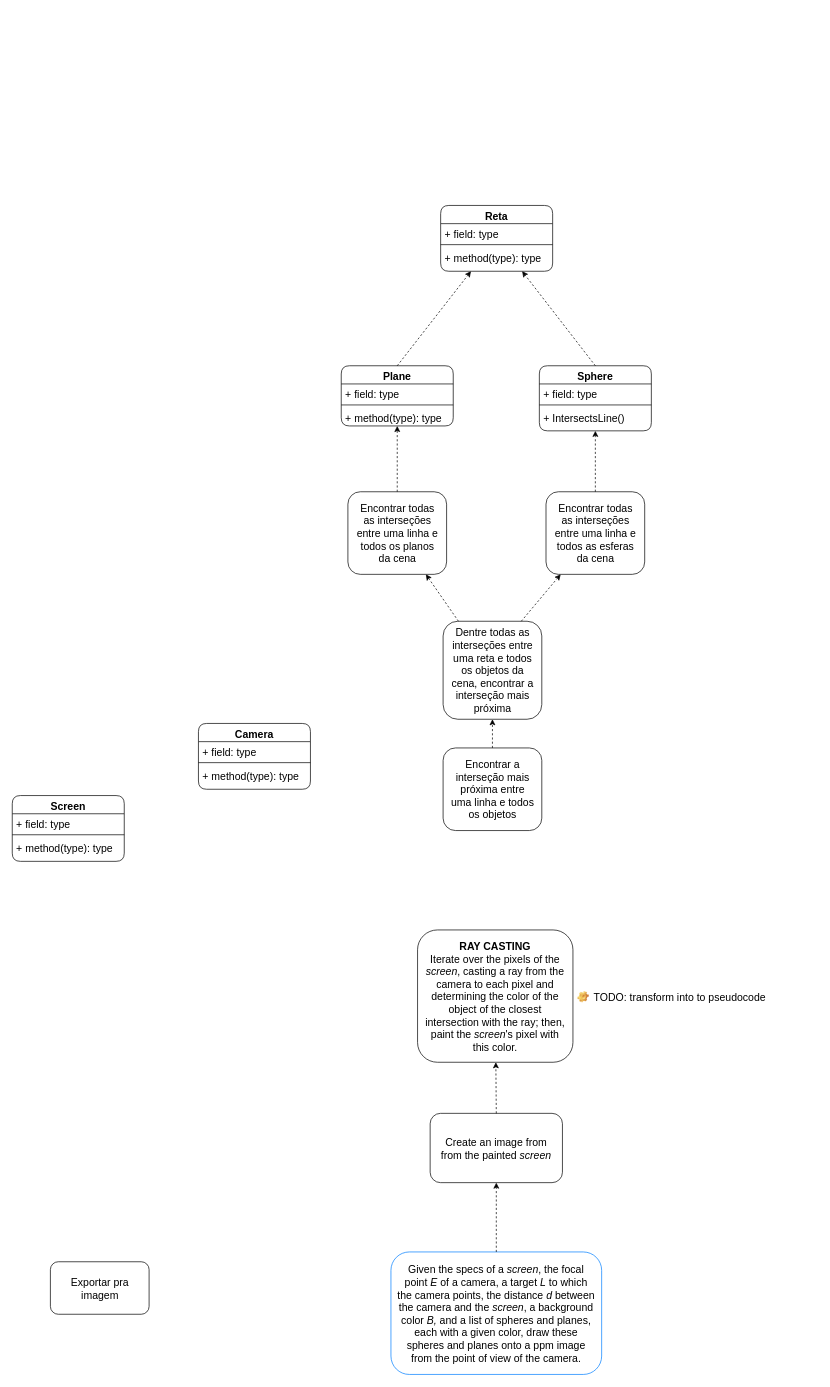
Before: Implementation UML/Plain Ray Casting.drawio in addaesg/Ray-Tracing, a draw.io diagram. Source tidied: cells renumbered, new cells numbered last; positions are measured from the earlier drawing's top-left corner, leaving out a move shared by most shapes. Both pictures are drawn from the tidied source at 70%, with x=0, y=0 at pixel (12, 205).
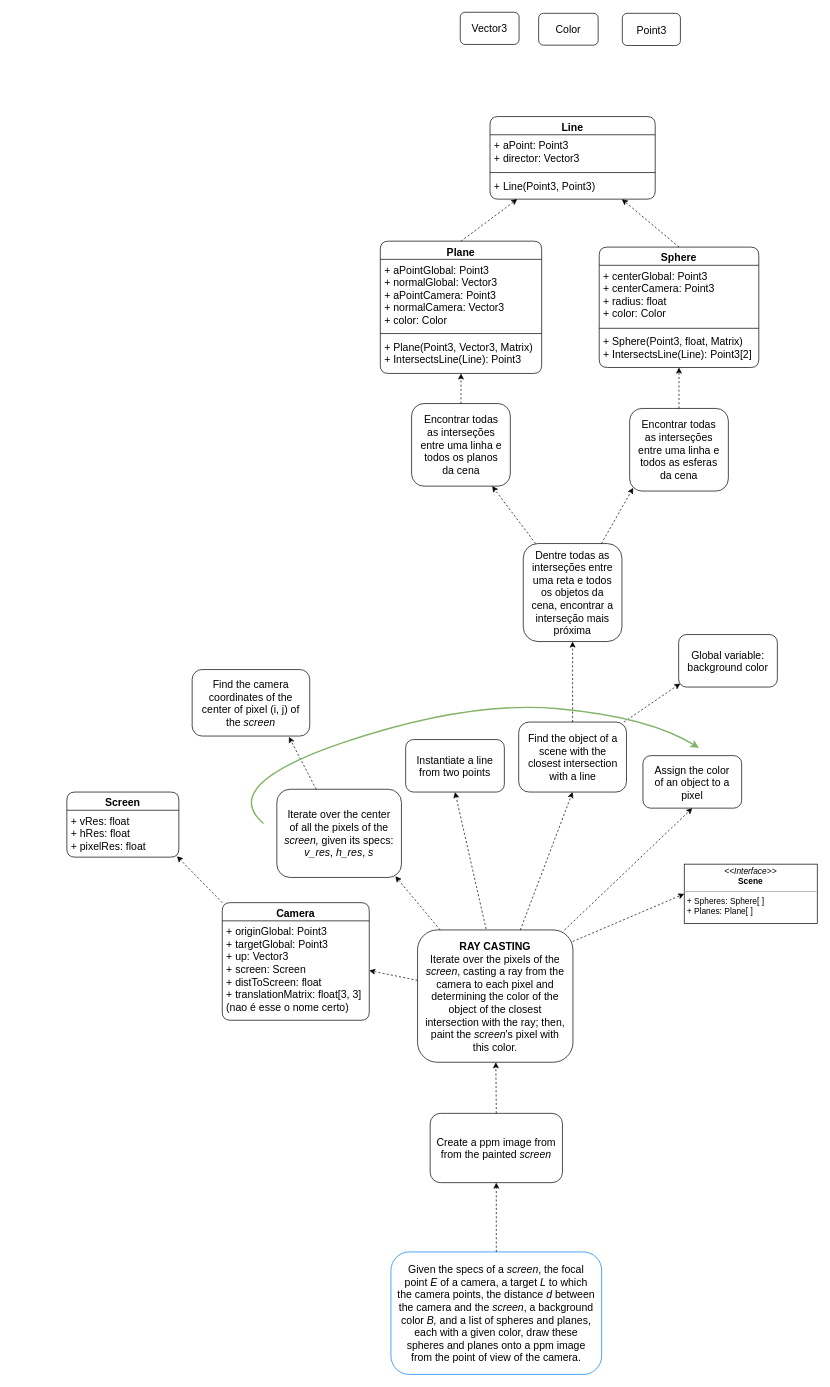
After the change.

Commit message:
Finish first version of UML diagram

The edit, as a diff of the source:
```diff
@@
     <mxCell id="3" value="Screen" style="swimlane;fontStyle=1;align=center;verticalAlign=top;horizontal=1;startSize=26;rounded=1;fontSize=15;strokeColor=default;" parent="1" vertex="1">
-      <mxGeometry y="843" width="160" height="94" as="geometry" />
+      <mxGeometry x="78" y="838" width="160" height="93" as="geometry" />
     </mxCell>
-    <mxCell id="4" value="+ field: type" style="text;strokeColor=none;fillColor=none;align=left;verticalAlign=top;spacingLeft=4;spacingRight=4;overflow=hidden;points=[[0,0.5],[1,0.5]];portConstraint=eastwest;rounded=1;fontSize=15;" parent="3" vertex="1">
-      <mxGeometry y="26" width="160" height="26" as="geometry" />
+    <mxCell id="4" value="+ vRes: float&#10;+ hRes: float&#10;+ pixelRes: float" style="text;strokeColor=none;fillColor=none;align=left;verticalAlign=top;spacingLeft=4;spacingRight=4;overflow=hidden;points=[[0,0.5],[1,0.5]];portConstraint=eastwest;rounded=1;fontSize=15;" parent="3" vertex="1">
+      <mxGeometry y="26" width="160" height="67" as="geometry" />
     </mxCell>
-    <mxCell id="5" style="line;strokeWidth=1;fillColor=none;align=left;verticalAlign=middle;spacingTop=-1;spacingLeft=3;spacingRight=3;labelPosition=right;rounded=1;fontSize=15;" parent="3" vertex="1">
-      <mxGeometry y="52" width="160" height="8" as="geometry" />
-    </mxCell>
-    <mxCell id="6" value="+ method(type): type" style="text;strokeColor=none;fillColor=none;align=left;verticalAlign=top;spacingLeft=4;spacingRight=4;overflow=hidden;rounded=1;fontSize=15;" parent="3" vertex="1">
-      <mxGeometry y="60" width="160" height="34" as="geometry" />
-    </mxCell>
+    <mxCell id="41" style="edgeStyle=none;rounded=0;jettySize=auto;html=1;entryX=0.983;entryY=0.981;entryDx=0;entryDy=0;entryPerimeter=0;dashed=1;strokeWidth=1;exitX=0;exitY=0;exitDx=0;exitDy=0;" parent="1" edge="1" source="7" target="4">
+      <mxGeometry relative="1" as="geometry" />
+    </mxCell>
     <mxCell id="7" value="Camera" style="swimlane;fontStyle=1;align=center;verticalAlign=top;horizontal=1;startSize=26;rounded=1;fontSize=15;strokeColor=default;" parent="1" vertex="1">
-      <mxGeometry x="266" y="740" width="160" height="94" as="geometry" />
+      <mxGeometry x="300" y="996" width="210" height="168" as="geometry" />
     </mxCell>
-    <mxCell id="8" value="+ field: type" style="text;strokeColor=none;fillColor=none;align=left;verticalAlign=top;spacingLeft=4;spacingRight=4;overflow=hidden;points=[[0,0.5],[1,0.5]];portConstraint=eastwest;rounded=1;fontSize=15;" parent="7" vertex="1">
-      <mxGeometry y="26" width="160" height="26" as="geometry" />
+    <mxCell id="8" value="+ originGlobal: Point3&#10;+ targetGlobal: Point3&#10;+ up: Vector3&#10;+ screen: Screen&#10;+ distToScreen: float&#10;+ translationMatrix: float[3, 3]&#10;(nao é esse o nome certo)" style="text;strokeColor=none;fillColor=none;align=left;verticalAlign=top;spacingLeft=4;spacingRight=4;overflow=hidden;points=[[0,0.5],[1,0.5]];portConstraint=eastwest;rounded=1;fontSize=15;" parent="7" vertex="1">
+      <mxGeometry y="26" width="210" height="142" as="geometry" />
     </mxCell>
-    <mxCell id="9" style="line;strokeWidth=1;fillColor=none;align=left;verticalAlign=middle;spacingTop=-1;spacingLeft=3;spacingRight=3;labelPosition=right;rounded=1;fontSize=15;" parent="7" vertex="1">
-      <mxGeometry y="52" width="160" height="8" as="geometry" />
-    </mxCell>
-    <mxCell id="10" value="+ method(type): type" style="text;strokeColor=none;fillColor=none;align=left;verticalAlign=top;spacingLeft=4;spacingRight=4;overflow=hidden;rounded=1;fontSize=15;" parent="7" vertex="1">
-      <mxGeometry y="60" width="160" height="34" as="geometry" />
-    </mxCell>
-    <mxCell id="11" style="edgeStyle=none;rounded=0;jettySize=auto;html=1;fontSize=15;exitX=0.5;exitY=0;exitDx=0;exitDy=0;dashed=1;" parent="1" edge="1" source="37" target="12">
+    <mxCell id="11" style="edgeStyle=none;rounded=0;jettySize=auto;html=1;fontSize=15;exitX=0.5;exitY=0;exitDx=0;exitDy=0;dashed=1;entryX=0.5;entryY=1;entryDx=0;entryDy=0;" parent="1" edge="1" source="37" target="12">
       <mxGeometry relative="1" as="geometry" />
     </mxCell>
     <mxCell id="12" value="Sphere" style="swimlane;fontStyle=1;align=center;verticalAlign=top;horizontal=1;startSize=26;rounded=1;fontSize=15;strokeColor=default;" parent="1" vertex="1">
-      <mxGeometry x="753" y="229" width="160" height="93" as="geometry" />
+      <mxGeometry x="838.5" y="59.5" width="228" height="172" as="geometry" />
     </mxCell>
-    <mxCell id="13" value="+ field: type" style="text;strokeColor=none;fillColor=none;align=left;verticalAlign=top;spacingLeft=4;spacingRight=4;overflow=hidden;rounded=1;fontSize=15;" parent="12" vertex="1">
-      <mxGeometry y="26" width="160" height="26" as="geometry" />
+    <mxCell id="13" value="+ centerGlobal: Point3&#10;+ centerCamera: Point3&#10;+ radius: float&#10;+ color: Color" style="text;strokeColor=none;fillColor=none;align=left;verticalAlign=top;spacingLeft=4;spacingRight=4;overflow=hidden;rounded=1;fontSize=15;" parent="12" vertex="1">
+      <mxGeometry y="26" width="228" height="86" as="geometry" />
     </mxCell>
     <mxCell id="14" style="line;strokeWidth=1;fillColor=none;align=left;verticalAlign=middle;spacingTop=-1;spacingLeft=3;spacingRight=3;labelPosition=right;rounded=1;fontSize=15;" parent="12" vertex="1">
-      <mxGeometry y="52" width="160" height="8" as="geometry" />
+      <mxGeometry y="112" width="228" height="8" as="geometry" />
     </mxCell>
-    <mxCell id="15" value="+ IntersectsLine()" style="text;strokeColor=none;fillColor=none;align=left;verticalAlign=top;spacingLeft=4;spacingRight=4;overflow=hidden;rounded=1;fontSize=15;" parent="12" vertex="1">
-      <mxGeometry y="60" width="160" height="33" as="geometry" />
+    <mxCell id="15" value="+ Sphere(Point3, float, Matrix)&#10;+ IntersectsLine(Line): Point3[2]" style="text;strokeColor=none;fillColor=none;align=left;verticalAlign=top;spacingLeft=4;spacingRight=4;overflow=hidden;rounded=1;fontSize=15;" parent="12" vertex="1">
+      <mxGeometry y="120" width="228" height="52" as="geometry" />
     </mxCell>
@@
     <mxCell id="17" value="Plane" style="swimlane;fontStyle=1;align=center;verticalAlign=top;horizontal=1;startSize=26;rounded=1;fontSize=15;strokeColor=default;" parent="1" vertex="1">
-      <mxGeometry x="470" y="229" width="160" height="86" as="geometry" />
+      <mxGeometry x="525.8" y="51" width="230.5" height="189" as="geometry" />
     </mxCell>
-    <mxCell id="18" value="+ field: type" style="text;strokeColor=none;fillColor=none;align=left;verticalAlign=top;spacingLeft=4;spacingRight=4;overflow=hidden;rounded=1;fontSize=15;" parent="17" vertex="1">
-      <mxGeometry y="26" width="160" height="26" as="geometry" />
+    <mxCell id="18" value="+ aPointGlobal: Point3&#10;+ normalGlobal: Vector3&#10;+ aPointCamera: Point3&#10;+ normalCamera: Vector3&#10;+ color: Color" style="text;strokeColor=none;fillColor=none;align=left;verticalAlign=top;spacingLeft=4;spacingRight=4;overflow=hidden;rounded=1;fontSize=15;" parent="17" vertex="1">
+      <mxGeometry y="26" width="230.5" height="102" as="geometry" />
     </mxCell>
     <mxCell id="19" style="line;strokeWidth=1;fillColor=none;align=left;verticalAlign=middle;spacingTop=-1;spacingLeft=3;spacingRight=3;labelPosition=right;rounded=1;fontSize=15;" parent="17" vertex="1">
-      <mxGeometry y="52" width="160" height="8" as="geometry" />
+      <mxGeometry y="128" width="230.5" height="8" as="geometry" />
     </mxCell>
-    <mxCell id="20" value="+ method(type): type" style="text;strokeColor=none;fillColor=none;align=left;verticalAlign=top;spacingLeft=4;spacingRight=4;overflow=hidden;rounded=1;fontSize=15;" parent="17" vertex="1">
-      <mxGeometry y="60" width="160" height="26" as="geometry" />
+    <mxCell id="20" value="+ Plane(Point3, Vector3, Matrix)&#10;+ IntersectsLine(Line): Point3" style="text;strokeColor=none;fillColor=none;align=left;verticalAlign=top;spacingLeft=4;spacingRight=4;overflow=hidden;rounded=1;fontSize=15;" parent="17" vertex="1">
+      <mxGeometry y="136" width="230.5" height="53" as="geometry" />
     </mxCell>
@@
-    <mxCell id="22" value="Create an image from from the painted &lt;i&gt;screen&lt;/i&gt;" style="text;html=1;strokeColor=default;fillColor=none;align=center;verticalAlign=middle;whiteSpace=wrap;rounded=1;fontSize=15;spacingLeft=8;spacingRight=8;" parent="1" vertex="1">
+    <mxCell id="22" value="Create a ppm image from from the painted &lt;i&gt;screen&lt;/i&gt;" style="text;html=1;strokeColor=default;fillColor=none;align=center;verticalAlign=middle;whiteSpace=wrap;rounded=1;fontSize=15;spacingLeft=8;spacingRight=8;" parent="1" vertex="1">
       <mxGeometry x="597" y="1297" width="189" height="99" as="geometry" />
     </mxCell>
-    <mxCell id="23" style="group;" parent="1" vertex="1">
-      <mxGeometry x="579" y="1035" width="510" height="189" as="geometry" />
-    </mxCell>
-    <mxCell id="24" value="&lt;b&gt;RAY CASTING&lt;/b&gt;&lt;br&gt;Iterate over the pixels of the &lt;i&gt;screen&lt;/i&gt;, casting a ray from the camera to each pixel and determining the color of the object of the closest intersection with the ray; then, paint the &lt;i&gt;screen&lt;/i&gt;'s pixel with this color." style="text;html=1;strokeColor=default;fillColor=none;align=center;verticalAlign=middle;whiteSpace=wrap;rounded=1;fontSize=15;spacingLeft=8;spacingRight=8;" parent="23" vertex="1">
-      <mxGeometry width="222" height="189" as="geometry" />
-    </mxCell>
-    <mxCell id="25" value="TODO: transform into to pseudocode" style="label;fontStyle=0;strokeColor=none;fillColor=none;align=left;verticalAlign=top;overflow=hidden;spacingLeft=28;spacingRight=4;imageWidth=16;imageHeight=16;image=img/clipart/Gear_128x128.png;rounded=1;fontSize=15;" parent="23" vertex="1">
-      <mxGeometry x="222" y="81.5" width="288" height="28.5" as="geometry" />
-    </mxCell>
-    <mxCell id="26" value="Exportar pra imagem" style="text;html=1;strokeColor=default;fillColor=none;align=center;verticalAlign=middle;whiteSpace=wrap;rounded=1;fontSize=15;spacingLeft=8;spacingRight=8;" parent="1" vertex="1">
-      <mxGeometry x="54.5" y="1509" width="141" height="75" as="geometry" />
-    </mxCell>
@@
     <mxCell id="29" value="Encontrar todas as interseções entre uma linha e todos os planos da cena" style="text;html=1;strokeColor=default;fillColor=none;align=center;verticalAlign=middle;whiteSpace=wrap;rounded=1;fontSize=15;spacingLeft=8;spacingRight=8;" parent="1" vertex="1">
-      <mxGeometry x="479.5" y="409" width="141" height="118" as="geometry" />
+      <mxGeometry x="570.5" y="283" width="141" height="118" as="geometry" />
     </mxCell>
@@
-    <mxCell id="32" value="Reta" style="swimlane;fontStyle=1;align=center;verticalAlign=top;horizontal=1;startSize=26;rounded=1;fontSize=15;strokeColor=default;" parent="1" vertex="1">
-      <mxGeometry x="612" width="160" height="94" as="geometry" />
+    <mxCell id="32" value="Line" style="swimlane;fontStyle=1;align=center;verticalAlign=top;horizontal=1;startSize=26;rounded=1;fontSize=15;strokeColor=default;" parent="1" vertex="1">
+      <mxGeometry x="682.5" y="-127" width="236" height="118" as="geometry" />
     </mxCell>
-    <mxCell id="33" value="+ field: type" style="text;strokeColor=none;fillColor=none;align=left;verticalAlign=top;spacingLeft=4;spacingRight=4;overflow=hidden;rounded=1;fontSize=15;" parent="32" vertex="1">
-      <mxGeometry y="26" width="160" height="26" as="geometry" />
+    <mxCell id="33" value="+ aPoint: Point3&#10;+ director: Vector3" style="text;strokeColor=none;fillColor=none;align=left;verticalAlign=top;spacingLeft=4;spacingRight=4;overflow=hidden;rounded=1;fontSize=15;" parent="32" vertex="1">
+      <mxGeometry y="26" width="236" height="50" as="geometry" />
     </mxCell>
     <mxCell id="34" style="line;strokeWidth=1;fillColor=none;align=left;verticalAlign=middle;spacingTop=-1;spacingLeft=3;spacingRight=3;labelPosition=right;rounded=1;fontSize=15;" parent="32" vertex="1">
-      <mxGeometry y="52" width="160" height="8" as="geometry" />
+      <mxGeometry y="76" width="236" height="8" as="geometry" />
     </mxCell>
-    <mxCell id="35" value="+ method(type): type" style="text;strokeColor=none;fillColor=none;align=left;verticalAlign=top;spacingLeft=4;spacingRight=4;overflow=hidden;rounded=1;fontSize=15;" parent="32" vertex="1">
-      <mxGeometry y="60" width="160" height="34" as="geometry" />
+    <mxCell id="35" value="+ Line(Point3, Point3)" style="text;strokeColor=none;fillColor=none;align=left;verticalAlign=top;spacingLeft=4;spacingRight=4;overflow=hidden;rounded=1;fontSize=15;" parent="32" vertex="1">
+      <mxGeometry y="84" width="236" height="34" as="geometry" />
     </mxCell>
-    <mxCell id="36" style="edgeStyle=none;rounded=0;jettySize=auto;html=1;fontSize=15;exitX=0.792;exitY=0;exitDx=0;exitDy=0;exitPerimeter=0;dashed=1;" parent="1" edge="1" source="39" target="37">
+    <mxCell id="36" style="edgeStyle=none;rounded=0;jettySize=auto;html=1;fontSize=15;exitX=0.792;exitY=0;exitDx=0;exitDy=0;exitPerimeter=0;dashed=1;entryX=0.036;entryY=0.961;entryDx=0;entryDy=0;entryPerimeter=0;" parent="1" edge="1" source="39" target="37">
       <mxGeometry relative="1" as="geometry" />
     </mxCell>
     <mxCell id="37" value="Encontrar todas as interseções entre uma linha e todos as esferas da cena" style="text;html=1;strokeColor=default;fillColor=none;align=center;verticalAlign=middle;whiteSpace=wrap;rounded=1;fontSize=15;spacingLeft=8;spacingRight=8;" parent="1" vertex="1">
-      <mxGeometry x="762.5" y="409" width="141" height="118" as="geometry" />
+      <mxGeometry x="882" y="290" width="141" height="118" as="geometry" />
     </mxCell>
-    <mxCell id="38" style="edgeStyle=none;rounded=0;jettySize=auto;html=1;fontSize=15;exitX=0.5;exitY=0;exitDx=0;exitDy=0;dashed=1;" parent="1" edge="1" source="40" target="39">
-      <mxGeometry relative="1" as="geometry" />
-    </mxCell>
     <mxCell id="39" value="Dentre todas as interseções entre uma reta e todos os objetos da cena, encontrar a interseção mais próxima" style="text;html=1;strokeColor=default;fillColor=none;align=center;verticalAlign=middle;whiteSpace=wrap;rounded=1;fontSize=15;spacingLeft=8;spacingRight=8;" parent="1" vertex="1">
-      <mxGeometry x="615.5" y="594" width="141" height="140" as="geometry" />
+      <mxGeometry x="730" y="483" width="141" height="140" as="geometry" />
     </mxCell>
-    <mxCell id="40" value="Encontrar a interseção mais próxima entre uma linha e todos os objetos" style="text;html=1;strokeColor=default;fillColor=none;align=center;verticalAlign=middle;whiteSpace=wrap;rounded=1;fontSize=15;spacingLeft=8;spacingRight=8;" parent="1" vertex="1">
-      <mxGeometry x="615.5" y="775" width="141" height="118" as="geometry" />
-    </mxCell>
+    <mxCell id="42" value="&lt;p style=&quot;margin: 0px ; margin-top: 4px ; text-align: center&quot;&gt;&lt;i&gt;&amp;lt;&amp;lt;Interface&amp;gt;&amp;gt;&lt;/i&gt;&lt;br&gt;&lt;b&gt;Scene&lt;/b&gt;&lt;/p&gt;&lt;hr size=&quot;1&quot;&gt;&lt;p style=&quot;margin: 0px ; margin-left: 4px&quot;&gt;+ Spheres: Sphere[ ]&lt;br&gt;+ Planes: Plane[ ]&lt;/p&gt;&lt;p style=&quot;margin: 0px ; margin-left: 4px&quot;&gt;&lt;br&gt;&lt;/p&gt;" style="verticalAlign=top;align=left;overflow=fill;fontSize=12;fontFamily=Helvetica;html=1;" parent="1" vertex="1">
+      <mxGeometry x="960" y="941" width="190" height="85" as="geometry" />
+    </mxCell>
+    <mxCell id="43" style="edgeStyle=none;rounded=0;jettySize=auto;html=1;entryX=0;entryY=0.5;entryDx=0;entryDy=0;dashed=1;exitX=0.999;exitY=0.087;exitDx=0;exitDy=0;exitPerimeter=0;" parent="1" edge="1" source="24" target="42">
+      <mxGeometry relative="1" as="geometry" />
+    </mxCell>
+    <mxCell id="44" style="edgeStyle=none;rounded=0;jettySize=auto;html=1;entryX=0.823;entryY=1.013;entryDx=0;entryDy=0;entryPerimeter=0;dashed=1;" parent="1" edge="1" source="45" target="47">
+      <mxGeometry relative="1" as="geometry" />
+    </mxCell>
+    <mxCell id="45" value="Iterate over the center of all the pixels of the &lt;i&gt;screen, &lt;/i&gt;given its specs: &lt;i&gt;v_res&lt;/i&gt;, &lt;i&gt;h_res&lt;/i&gt;, &lt;i&gt;s&lt;/i&gt;" style="text;html=1;strokeColor=default;fillColor=none;align=center;verticalAlign=middle;whiteSpace=wrap;rounded=1;fontSize=15;spacingLeft=8;spacingRight=8;" parent="1" vertex="1">
+      <mxGeometry x="378" y="834" width="178" height="126" as="geometry" />
+    </mxCell>
+    <mxCell id="46" style="edgeStyle=none;rounded=0;jettySize=auto;html=1;entryX=0.951;entryY=0.986;entryDx=0;entryDy=0;dashed=1;entryPerimeter=0;" parent="1" edge="1" source="24" target="45">
+      <mxGeometry relative="1" as="geometry" />
+    </mxCell>
+    <mxCell id="47" value="Find the camera coordinates of the center of pixel (i, j) of the &lt;i&gt;screen&lt;/i&gt;" style="text;html=1;strokeColor=default;fillColor=none;align=center;verticalAlign=middle;whiteSpace=wrap;rounded=1;fontSize=15;spacingLeft=8;spacingRight=8;" parent="1" vertex="1">
+      <mxGeometry x="257" y="663" width="168" height="95" as="geometry" />
+    </mxCell>
+    <mxCell id="48" value="Global variable: background color" style="text;html=1;strokeColor=default;fillColor=none;align=center;verticalAlign=middle;whiteSpace=wrap;rounded=1;fontSize=15;spacingLeft=8;spacingRight=8;" parent="1" vertex="1">
+      <mxGeometry x="952" y="613" width="141" height="75" as="geometry" />
+    </mxCell>
+    <mxCell id="49" value="Instantiate a line from two points" style="text;html=1;strokeColor=default;fillColor=none;align=center;verticalAlign=middle;whiteSpace=wrap;rounded=1;fontSize=15;spacingLeft=8;spacingRight=8;" parent="1" vertex="1">
+      <mxGeometry x="562" y="763" width="141" height="75" as="geometry" />
+    </mxCell>
+    <mxCell id="50" style="edgeStyle=none;rounded=0;jettySize=auto;html=1;dashed=1;exitX=0.441;exitY=-0.007;exitDx=0;exitDy=0;exitPerimeter=0;entryX=0.5;entryY=1;entryDx=0;entryDy=0;" parent="1" edge="1" source="24" target="49">
+      <mxGeometry relative="1" as="geometry" />
+    </mxCell>
+    <mxCell id="51" style="edgeStyle=none;rounded=0;jettySize=auto;html=1;entryX=0.017;entryY=0.933;entryDx=0;entryDy=0;strokeWidth=1;dashed=1;entryPerimeter=0;" parent="1" edge="1" source="53" target="48">
+      <mxGeometry relative="1" as="geometry" />
+    </mxCell>
+    <mxCell id="52" style="edgeStyle=none;rounded=0;jettySize=auto;html=1;entryX=0.5;entryY=1;entryDx=0;entryDy=0;dashed=1;strokeWidth=1;" parent="1" edge="1" source="53" target="39">
+      <mxGeometry relative="1" as="geometry" />
+    </mxCell>
+    <mxCell id="53" value="Find the object of a scene with the closest intersection with a line" style="text;html=1;strokeColor=default;fillColor=none;align=center;verticalAlign=middle;whiteSpace=wrap;rounded=1;fontSize=15;spacingLeft=8;spacingRight=8;" parent="1" vertex="1">
+      <mxGeometry x="723.5" y="738" width="154" height="100" as="geometry" />
+    </mxCell>
+    <mxCell id="54" style="edgeStyle=none;rounded=0;jettySize=auto;html=1;entryX=0.5;entryY=1;entryDx=0;entryDy=0;dashed=1;" parent="1" edge="1" source="24" target="53">
+      <mxGeometry relative="1" as="geometry" />
+    </mxCell>
+    <mxCell id="55" value="Assign the color of an object to a pixel" style="text;html=1;strokeColor=default;fillColor=none;align=center;verticalAlign=middle;whiteSpace=wrap;rounded=1;fontSize=15;spacingLeft=8;spacingRight=8;" parent="1" vertex="1">
+      <mxGeometry x="901" y="786" width="141" height="75" as="geometry" />
+    </mxCell>
+    <mxCell id="56" style="edgeStyle=none;rounded=0;jettySize=auto;html=1;entryX=0.5;entryY=1;entryDx=0;entryDy=0;dashed=1;" parent="1" edge="1" source="24" target="55">
+      <mxGeometry relative="1" as="geometry" />
+    </mxCell>
+    <mxCell id="57" style="curved=1;endArrow=classic;html=1;rounded=0;strokeWidth=2;fillColor=#d5e8d4;strokeColor=#82b366;" parent="1" edge="1">
+      <mxGeometry relative="1" as="geometry">
+        <mxPoint x="359" y="883" as="sourcePoint" />
+        <mxPoint x="981" y="775" as="targetPoint" />
+        <Array as="points">
+          <mxPoint x="294" y="828" />
+          <mxPoint x="651" y="707" />
+          <mxPoint x="910" y="731" />
+        </Array>
+      </mxGeometry>
+    </mxCell>
+    <mxCell id="58" style="edgeStyle=none;rounded=0;jettySize=auto;html=1;entryX=1;entryY=0.5;entryDx=0;entryDy=0;dashed=1;strokeWidth=1;" parent="1" edge="1" source="24" target="8">
+      <mxGeometry relative="1" as="geometry" />
+    </mxCell>
+    <mxCell id="24" value="&lt;b&gt;RAY CASTING&lt;/b&gt;&lt;br&gt;Iterate over the pixels of the &lt;i&gt;screen&lt;/i&gt;, casting a ray from the camera to each pixel and determining the color of the object of the closest intersection with the ray; then, paint the &lt;i&gt;screen&lt;/i&gt;'s pixel with this color." style="text;html=1;strokeColor=default;fillColor=none;align=center;verticalAlign=middle;whiteSpace=wrap;rounded=1;fontSize=15;spacingLeft=8;spacingRight=8;" parent="1" vertex="1">
+      <mxGeometry x="579" y="1035" width="222" height="189" as="geometry" />
+    </mxCell>
+    <mxCell id="59" value="Point3" style="text;html=1;strokeColor=default;fillColor=none;align=center;verticalAlign=middle;whiteSpace=wrap;rounded=1;fontSize=15;spacingLeft=8;spacingRight=8;" parent="1" vertex="1">
+      <mxGeometry x="871.5" y="-274.5" width="83" height="46" as="geometry" />
+    </mxCell>
+    <mxCell id="60" value="Vector3" style="text;html=1;strokeColor=default;fillColor=none;align=center;verticalAlign=middle;whiteSpace=wrap;rounded=1;fontSize=15;spacingLeft=8;spacingRight=8;" parent="1" vertex="1">
+      <mxGeometry x="640" y="-276" width="84" height="46" as="geometry" />
+    </mxCell>
+    <mxCell id="61" value="Color" style="text;html=1;strokeColor=default;fillColor=none;align=center;verticalAlign=middle;whiteSpace=wrap;rounded=1;fontSize=15;spacingLeft=8;spacingRight=8;" parent="1" vertex="1">
+      <mxGeometry x="752" y="-274.5" width="85" height="45.5" as="geometry" />
+    </mxCell>
```
